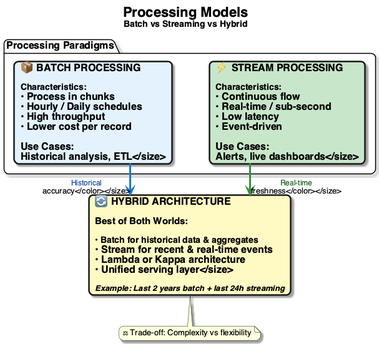
Before: diagrams/week01/week1_core_concepts_2.png, a diagram exported from PlantUML (OrPerets/data-engineering-course). Its diagram source:
```plantuml
@startuml
top to bottom direction
skinparam defaultFontName "Segoe UI, Helvetica, sans-serif"
skinparam defaultFontSize 16
skinparam roundcorner 15
skinparam shadowing true
skinparam linetype ortho
skinparam nodesep 60
skinparam ranksep 50

skinparam card {
    FontStyle bold
    Padding 30
    BorderThickness 2.5
}

skinparam arrow {
    Thickness 2.5
    FontSize 13
}

title <size:22><b>Processing Models</b></size>\n<size:14>Batch vs Streaming vs Hybrid</size>

package "Processing Paradigms" {
    card "📦 **BATCH PROCESSING**\n\n<size:14><b>Characteristics:</b>\n• Process in chunks\n• Hourly / Daily schedules\n• High throughput\n• Lower cost per record\n\n<b>Use Cases:</b>\nHistorical analysis, ETL</size>" as B #E3F2FD {
    }

    card "⚡ **STREAM PROCESSING**\n\n<size:14><b>Characteristics:</b>\n• Continuous flow\n• Real-time / sub-second\n• Low latency\n• Event-driven\n\n<b>Use Cases:</b>\nAlerts, live dashboards</size>" as S #C8E6C9 {
    }
}

card "🔄 **HYBRID ARCHITECTURE**\n\n<size:15><b>Best of Both Worlds:</b></size>\n\n<size:14>• Batch for historical data & aggregates\n• Stream for recent & real-time events\n• Lambda or Kappa architecture\n• Unified serving layer</size>\n\n<size:13><i>Example: Last 2 years batch + last 24h streaming</i></size>" as H #FFF9C4 {
}

B -[#1976D2,thickness=3]-> H : <size:12><color:#0D47A1>Historical\naccuracy</color></size>
S -[#388E3C,thickness=3]-> H : <size:12><color:#1B5E20>Real-time\nfreshness</color></size>

note bottom of H
  <size:13>⚖️ Trade-off: Complexity vs flexibility</size>
end note

@enduml
```
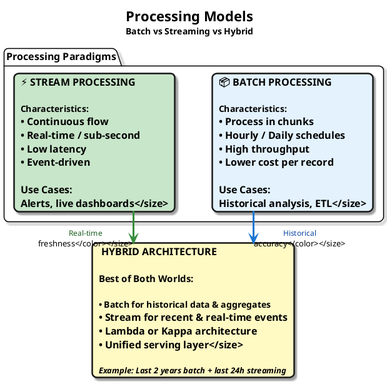
After the change.

Diff of the diagram source:
```diff
@@ -22,21 +22,14 @@
 title <size:22><b>Processing Models</b></size>\n<size:14>Batch vs Streaming vs Hybrid</size>
 
 package "Processing Paradigms" {
-    card "📦 **BATCH PROCESSING**\n\n<size:14><b>Characteristics:</b>\n• Process in chunks\n• Hourly / Daily schedules\n• High throughput\n• Lower cost per record\n\n<b>Use Cases:</b>\nHistorical analysis, ETL</size>" as B #E3F2FD {
-    }
+    card "📦 **BATCH PROCESSING**\n\n<size:14><b>Characteristics:</b>\n• Process in chunks\n• Hourly / Daily schedules\n• High throughput\n• Lower cost per record\n\n<b>Use Cases:</b>\nHistorical analysis, ETL</size>" as B #E3F2FD
 
-    card "⚡ **STREAM PROCESSING**\n\n<size:14><b>Characteristics:</b>\n• Continuous flow\n• Real-time / sub-second\n• Low latency\n• Event-driven\n\n<b>Use Cases:</b>\nAlerts, live dashboards</size>" as S #C8E6C9 {
-    }
+    card "⚡ **STREAM PROCESSING**\n\n<size:14><b>Characteristics:</b>\n• Continuous flow\n• Real-time / sub-second\n• Low latency\n• Event-driven\n\n<b>Use Cases:</b>\nAlerts, live dashboards</size>" as S #C8E6C9
 }
 
-card "🔄 **HYBRID ARCHITECTURE**\n\n<size:15><b>Best of Both Worlds:</b></size>\n\n<size:14>• Batch for historical data & aggregates\n• Stream for recent & real-time events\n• Lambda or Kappa architecture\n• Unified serving layer</size>\n\n<size:13><i>Example: Last 2 years batch + last 24h streaming</i></size>" as H #FFF9C4 {
-}
+card "🔄 **HYBRID ARCHITECTURE**\n\n<size:15><b>Best of Both Worlds:</b></size>\n\n<size:14>• Batch for historical data & aggregates\n• Stream for recent & real-time events\n• Lambda or Kappa architecture\n• Unified serving layer</size>\n\n<size:13><i>Example: Last 2 years batch + last 24h streaming</i></size>" as H #FFF9C4
 
 B -[#1976D2,thickness=3]-> H : <size:12><color:#0D47A1>Historical\naccuracy</color></size>
 S -[#388E3C,thickness=3]-> H : <size:12><color:#1B5E20>Real-time\nfreshness</color></size>
 
-note bottom of H
-  <size:13>⚖️ Trade-off: Complexity vs flexibility</size>
-end note
-
 @enduml
```
